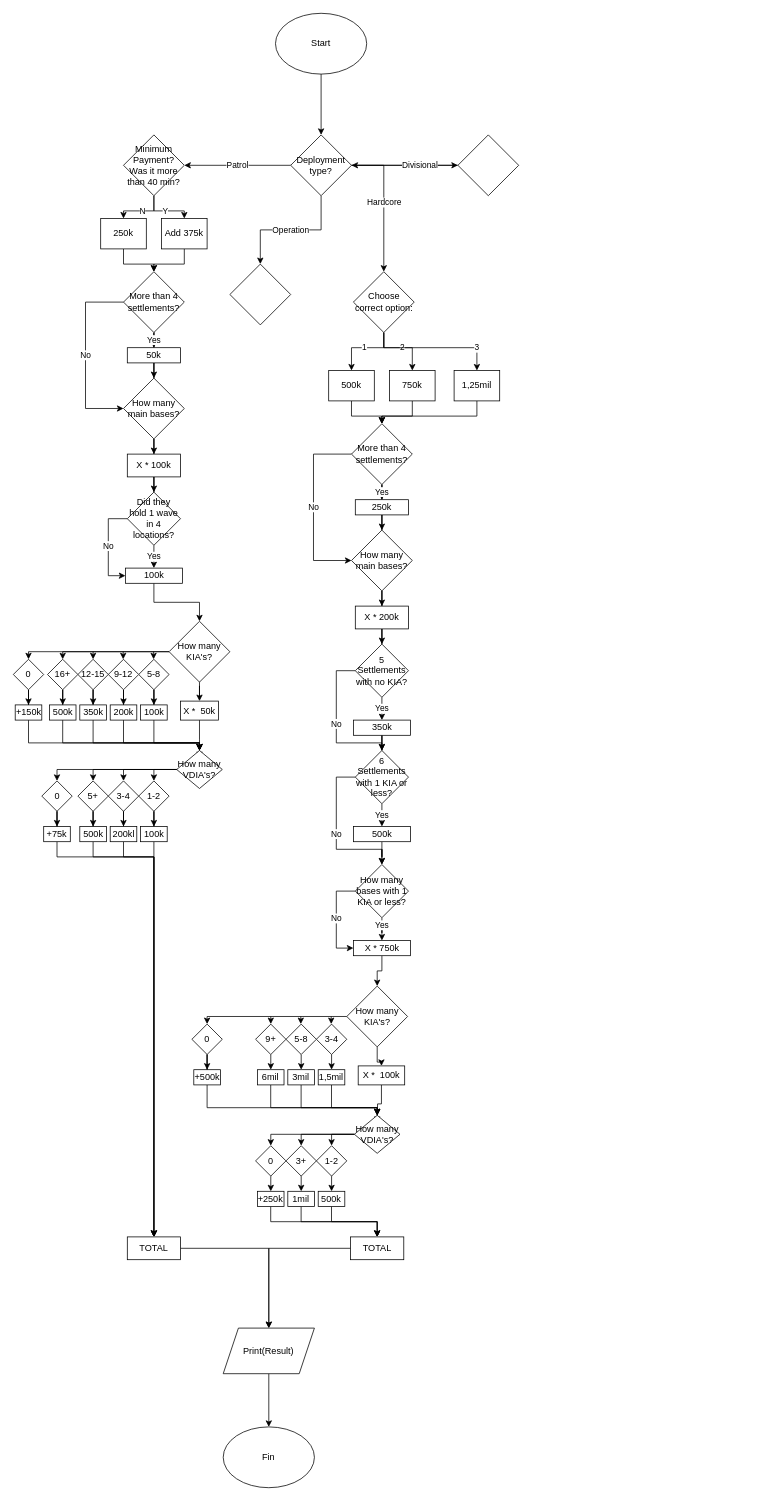
Before: Flow_Chart_1.drawio in AxaQuilPre/Project-002, a draw.io diagram. Source tidied: cells renumbered, new cells numbered last; positions are measured from the earlier drawing's top-left corner, leaving out a move shared by most shapes. Both pictures are drawn from the tidied source at 76%, with x=0, y=0 at pixel (13, 13).
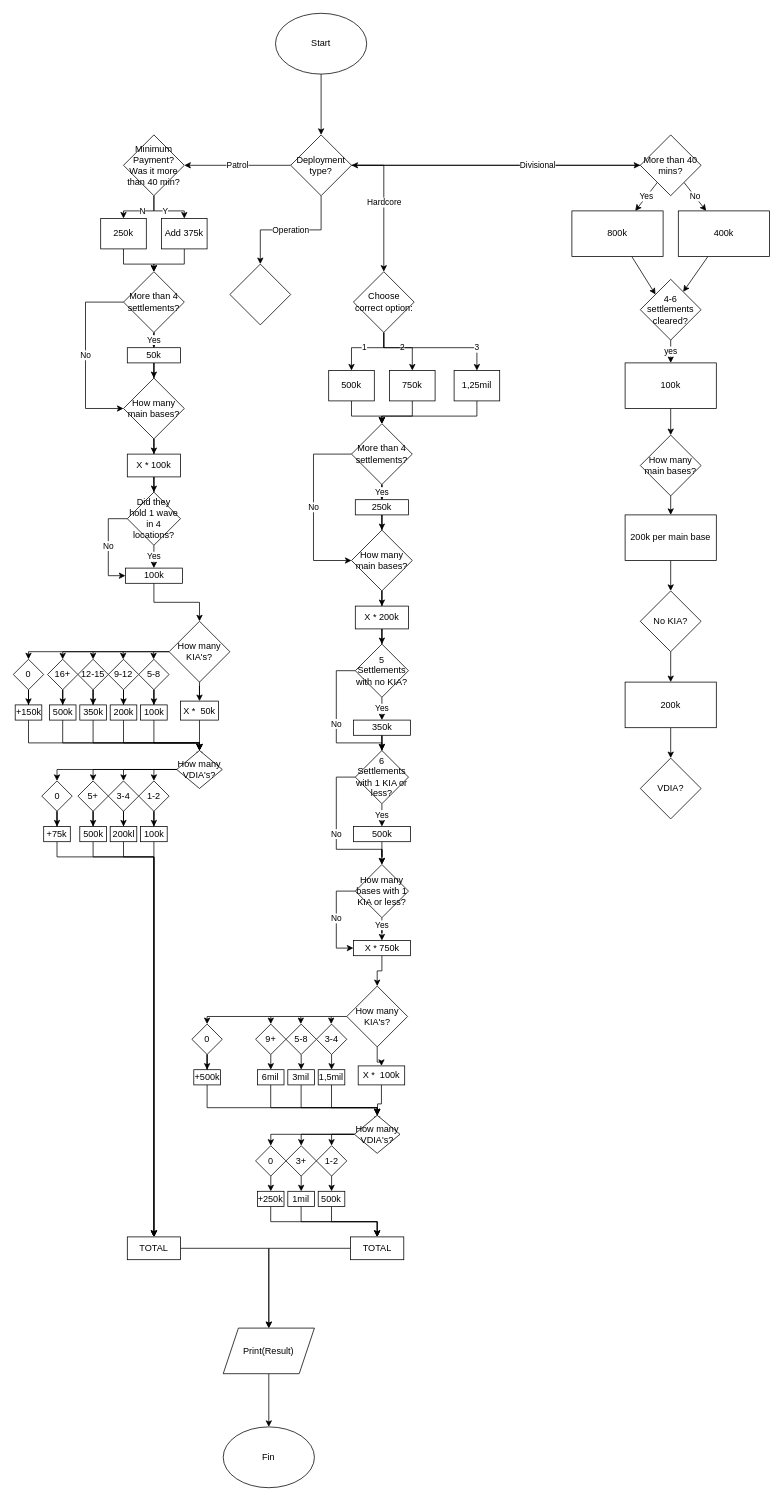
The same diagram, later.

Commit message:
Finalised Divisional Calculator.

The edit, as a diff of the source:
```diff
@@
+    <mxCell id="164" value="Yes" style="edgeStyle=none;html=1;" parent="1" edge="1" source="13" target="167">
+      <mxGeometry relative="1" as="geometry" />
+    </mxCell>
+    <mxCell id="165" value="No" style="edgeStyle=none;html=1;" parent="1" edge="1" source="13" target="169">
+      <mxGeometry relative="1" as="geometry" />
+    </mxCell>
-    <mxCell id="13" style="rhombus;whiteSpace=wrap;html=1;" parent="1" vertex="1">
-      <mxGeometry x="585" y="160" width="80" height="80" as="geometry" />
+    <mxCell id="13" value="More than 40 mins?" style="rhombus;whiteSpace=wrap;html=1;" parent="1" vertex="1">
+      <mxGeometry x="825" y="160" width="80" height="80" as="geometry" />
     </mxCell>
@@
+    <mxCell id="166" style="edgeStyle=none;html=1;entryX=0;entryY=0;entryDx=0;entryDy=0;" parent="1" edge="1" source="167" target="171">
+      <mxGeometry relative="1" as="geometry" />
+    </mxCell>
+    <mxCell id="167" value="800k" style="whiteSpace=wrap;html=1;" parent="1" vertex="1">
+      <mxGeometry x="735" y="260" width="120" height="60" as="geometry" />
+    </mxCell>
+    <mxCell id="168" style="edgeStyle=none;html=1;" parent="1" edge="1" source="169" target="171">
+      <mxGeometry relative="1" as="geometry" />
+    </mxCell>
+    <mxCell id="169" value="400k" style="whiteSpace=wrap;html=1;" parent="1" vertex="1">
+      <mxGeometry x="875" y="260" width="120" height="60" as="geometry" />
+    </mxCell>
+    <mxCell id="170" value="yes" style="edgeStyle=none;html=1;" parent="1" edge="1" source="171" target="173">
+      <mxGeometry relative="1" as="geometry" />
+    </mxCell>
+    <mxCell id="171" value="4-6 settlements cleared?" style="rhombus;whiteSpace=wrap;html=1;" parent="1" vertex="1">
+      <mxGeometry x="825" y="350" width="80" height="80" as="geometry" />
+    </mxCell>
+    <mxCell id="172" style="edgeStyle=none;html=1;" parent="1" edge="1" source="173" target="175">
+      <mxGeometry relative="1" as="geometry" />
+    </mxCell>
+    <mxCell id="173" value="100k" style="whiteSpace=wrap;html=1;" parent="1" vertex="1">
+      <mxGeometry x="805" y="460" width="120" height="60" as="geometry" />
+    </mxCell>
+    <mxCell id="174" style="edgeStyle=none;html=1;" parent="1" edge="1" source="175" target="177">
+      <mxGeometry relative="1" as="geometry" />
+    </mxCell>
+    <mxCell id="175" value="How many main bases?" style="rhombus;whiteSpace=wrap;html=1;" parent="1" vertex="1">
+      <mxGeometry x="825" y="555" width="80" height="80" as="geometry" />
+    </mxCell>
+    <mxCell id="176" style="edgeStyle=none;html=1;" parent="1" edge="1" source="177" target="179">
+      <mxGeometry relative="1" as="geometry" />
+    </mxCell>
+    <mxCell id="177" value="200k per main base" style="whiteSpace=wrap;html=1;" parent="1" vertex="1">
+      <mxGeometry x="805" y="660" width="120" height="60" as="geometry" />
+    </mxCell>
+    <mxCell id="178" style="edgeStyle=none;html=1;" parent="1" edge="1" source="179" target="181">
+      <mxGeometry relative="1" as="geometry" />
+    </mxCell>
+    <mxCell id="179" value="No KIA?" style="rhombus;whiteSpace=wrap;html=1;" parent="1" vertex="1">
+      <mxGeometry x="825" y="760" width="80" height="80" as="geometry" />
+    </mxCell>
+    <mxCell id="180" style="edgeStyle=none;html=1;" parent="1" edge="1" source="181" target="182">
+      <mxGeometry relative="1" as="geometry" />
+    </mxCell>
+    <mxCell id="181" value="200k" style="whiteSpace=wrap;html=1;" parent="1" vertex="1">
+      <mxGeometry x="805" y="880" width="120" height="60" as="geometry" />
+    </mxCell>
+    <mxCell id="182" value="VDIA?" style="rhombus;whiteSpace=wrap;html=1;" parent="1" vertex="1">
+      <mxGeometry x="825" y="980" width="80" height="80" as="geometry" />
+    </mxCell>
```
